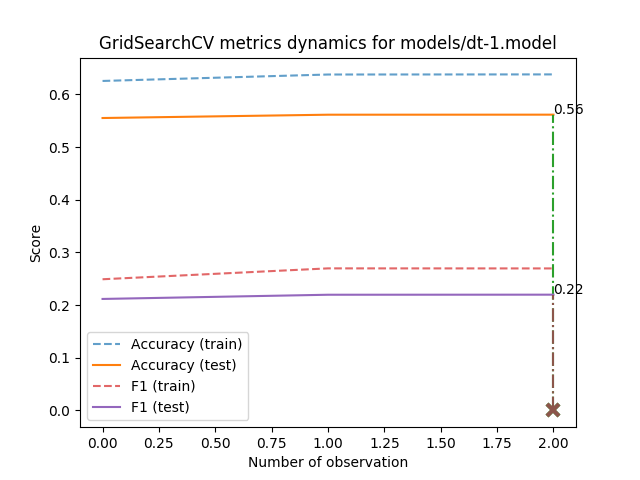
AverHLV/diploma-computations keeps this Graphviz diagram as models/dt-1.model_metrics.png. Above is the earlier version. Its source is kept beside it as models/dt-1.model.dot.
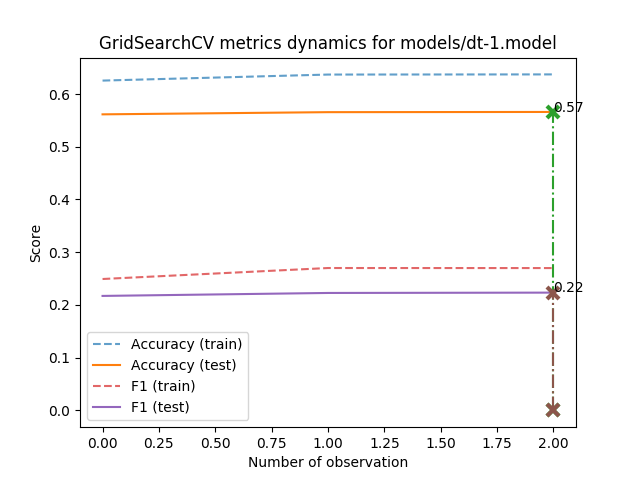
The same file after the commit.

Change to the diagram source:
```diff
@@ -1,56 +1,56 @@
 digraph Tree {
 node [shape=box, style="filled", color="black"] ;
-0 [label="Topic <= 0.998\ngini = 0.558\nsamples = 12050\nvalue = [[26, 5152, 704, 4397, 1771]\n[321, 7319, 2439, 815, 1156]\n[146, 6568, 597, 4042, 697]\n...\n[17, 5648, 834, 3945, 1606]\n[10, 142, 60, 44, 11794]\n[18, 2017, 26, 7697, 2292]]", fillcolor="#fefcfb"] ;
-1 [label="Екогрупа <= -2.261\ngini = 0.543\nsamples = 9249\nvalue = [[24, 4603, 549, 2687, 1386]\n[274, 5776, 1758, 538, 903]\n[125, 5767, 485, 2227, 645]\n...\n[17, 4954, 438, 2491, 1349]\n[8, 122, 37, 38, 9044]\n[17, 1807, 19, 5780, 1626]]", fillcolor="#fdf6f0"] ;
+0 [label="Topic <= 0.998\ngini = 0.558\nsamples = 12050\nvalue = [[27, 5080, 719, 4437, 1787]\n[325, 7325, 2437, 826, 1137]\n[147, 6578, 597, 4038, 690]\n...\n[13, 5625, 853, 3960, 1599]\n[8, 141, 69, 42, 11790]\n[14, 1988, 26, 7760, 2262]]", fillcolor="#fffdfb"] ;
+1 [label="ОБ <= -0.369\ngini = 0.543\nsamples = 9234\nvalue = [[22, 4542, 556, 2710, 1404]\n[273, 5771, 1746, 557, 887]\n[124, 5772, 486, 2218, 634]\n...\n[13, 4908, 456, 2510, 1347]\n[6, 122, 39, 31, 9036]\n[14, 1776, 16, 5838, 1590]]", fillcolor="#fdf6f1"] ;
 0 -> 1 [labeldistance=2.5, labelangle=45, headlabel="True"] ;
-5 [label="gini = 0.493\nsamples = 479\nvalue = [[3, 113, 14, 229, 120]\n[0, 307, 70, 28, 74]\n[2, 148, 8, 274, 47]\n...\n[0, 116, 34, 200, 129]\n[0, 0, 0, 0, 479]\n[5, 18, 0, 35, 421]]", fillcolor="#f9e0cf"] ;
+5 [label="Екогрупа <= -2.473\ngini = 0.531\nsamples = 2184\nvalue = [[6, 1218, 75, 458, 427]\n[36, 1459, 224, 162, 303]\n[24, 1337, 70, 487, 266]\n...\n[6, 1139, 85, 567, 387]\n[1, 15, 7, 1, 2160]\n[5, 332, 0, 1241, 606]]", fillcolor="#fcf1e9"] ;
 1 -> 5 ;
-6 [label="ОБ <= -0.236\ngini = 0.537\nsamples = 8770\nvalue = [[21, 4490, 535, 2458, 1266]\n[274, 5469, 1688, 510, 829]\n[123, 5619, 477, 1953, 598]\n...\n[17, 4838, 404, 2291, 1220]\n[8, 122, 37, 38, 8565]\n[12, 1789, 19, 5745, 1205]]", fillcolor="#fdf3ec"] ;
+9 [label="gini = 0.457\nsamples = 273\nvalue = [[1, 48, 1, 138, 85]\n[0, 170, 43, 27, 33]\n[1, 69, 5, 159, 39]\n...\n[0, 38, 18, 131, 86]\n[0, 0, 0, 0, 273]\n[2, 16, 0, 13, 242]]", fillcolor="#f6d1b7"] ;
+5 -> 9 ;
+10 [label="НФ <= -0.871\ngini = 0.513\nsamples = 1911\nvalue = [[5, 1170, 74, 320, 342]\n[36, 1289, 181, 135, 270]\n[23, 1268, 65, 328, 227]\n...\n[6, 1101, 67, 436, 301]\n[1, 15, 7, 1, 1887]\n[3, 316, 0, 1228, 364]]", fillcolor="#fbe9dd"] ;
+5 -> 10 ;
+25 [label="gini = 0.531\nsamples = 237\nvalue = [[1, 111, 9, 64, 52]\n[3, 127, 19, 39, 49]\n[0, 117, 8, 67, 45]\n...\n[2, 87, 6, 112, 30]\n[0, 1, 0, 0, 236]\n[1, 14, 0, 184, 38]]", fillcolor="#fcf1e9"] ;
+10 -> 25 ;
+26 [label="gini = 0.496\nsamples = 1674\nvalue = [[4, 1059, 65, 256, 290]\n[33, 1162, 162, 96, 221]\n[23, 1151, 57, 261, 182]\n...\n[4, 1014, 61, 324, 271]\n[1, 14, 7, 1, 1651]\n[2, 302, 0, 1044, 326]]", fillcolor="#f9e2d2"] ;
+10 -> 26 ;
+6 [label="Topic <= -1.596\ngini = 0.536\nsamples = 7050\nvalue = [[16, 3324, 481, 2252, 977]\n[237, 4312, 1522, 395, 584]\n[100, 4435, 416, 1731, 368]\n...\n[7, 3769, 371, 1943, 960]\n[5, 107, 32, 30, 6876]\n[9, 1444, 16, 4597, 984]]", fillcolor="#fdf3ec"] ;
 1 -> 6 ;
-7 [label="НФ <= 0.032\ngini = 0.521\nsamples = 2152\nvalue = [[11, 1276, 100, 402, 363]\n[48, 1434, 247, 133, 290]\n[29, 1368, 76, 386, 293]\n...\n[9, 1222, 78, 512, 331]\n[1, 20, 7, 1, 2123]\n[6, 380, 0, 1382, 384]]", fillcolor="#fbece1"] ;
+7 [label="gini = 0.461\nsamples = 331\nvalue = [[2, 83, 64, 156, 26]\n[5, 247, 58, 8, 13]\n[0, 90, 66, 173, 2]\n...\n[0, 75, 84, 134, 38]\n[0, 21, 1, 13, 296]\n[0, 21, 0, 225, 85]]", fillcolor="#f6d3ba"] ;
 6 -> 7 ;
-21 [label="Екогрупа <= -0.142\ngini = 0.51\nsamples = 886\nvalue = [[0, 515, 31, 204, 136]\n[15, 637, 65, 50, 119]\n[9, 535, 27, 158, 157]\n...\n[2, 512, 16, 280, 76]\n[0, 3, 0, 0, 883]\n[3, 107, 0, 655, 121]]", fillcolor="#fae7da"] ;
-7 -> 21 ;
-25 [label="gini = 0.43\nsamples = 333\nvalue = [[0, 257, 6, 33, 37]\n[1, 281, 23, 10, 18]\n[1, 284, 7, 33, 8]\n...\n[2, 236, 6, 50, 39]\n[0, 3, 0, 0, 330]\n[3, 13, 0, 234, 83]]", fillcolor="#f3c5a4"] ;
-21 -> 25 ;
-26 [label="gini = 0.517\nsamples = 553\nvalue = [[0, 258, 25, 171, 99]\n[14, 356, 42, 40, 101]\n[8, 251, 20, 125, 149]\n...\n[0, 276, 10, 230, 37]\n[0, 0, 0, 0, 553]\n[0, 94, 0, 421, 38]]", fillcolor="#fbeadf"] ;
-21 -> 26 ;
-22 [label="gini = 0.509\nsamples = 1266\nvalue = [[11, 761, 69, 198, 227]\n[33, 797, 182, 83, 171]\n[20, 833, 49, 228, 136]\n...\n[7, 710, 62, 232, 255]\n[1, 17, 7, 1, 1240]\n[3, 273, 0, 727, 263]]", fillcolor="#fae7d9"] ;
-7 -> 22 ;
-8 [label="Topic <= -1.587\ngini = 0.532\nsamples = 6618\nvalue = [[10, 3214, 435, 2056, 903]\n[226, 4035, 1441, 377, 539]\n[94, 4251, 401, 1567, 305]\n...\n[8, 3616, 326, 1779, 889]\n[7, 102, 30, 37, 6442]\n[6, 1409, 19, 4363, 821]]", fillcolor="#fcf1e9"] ;
+8 [label="НФ <= 0.392\ngini = 0.531\nsamples = 6719\nvalue = [[14, 3241, 417, 2096, 951]\n[232, 4065, 1464, 387, 571]\n[100, 4345, 350, 1558, 366]\n...\n[7, 3694, 287, 1809, 922]\n[5, 86, 31, 17, 6580]\n[9, 1423, 16, 4372, 899]]", fillcolor="#fcf1e9"] ;
 6 -> 8 ;
-9 [label="gini = 0.467\nsamples = 316\nvalue = [[2, 87, 55, 149, 23]\n[6, 231, 63, 6, 10]\n[0, 81, 62, 172, 1]\n...\n[0, 77, 81, 118, 40]\n[0, 19, 1, 17, 279]\n[0, 23, 0, 218, 75]]", fillcolor="#f6d5bd"] ;
-8 -> 9 ;
-10 [label="НФ <= 0.573\ngini = 0.526\nsamples = 6302\nvalue = [[8, 3127, 380, 1907, 880]\n[220, 3804, 1378, 371, 529]\n[94, 4170, 339, 1395, 304]\n...\n[8, 3539, 245, 1661, 849]\n[7, 83, 29, 20, 6163]\n[6, 1386, 19, 4145, 746]]", fillcolor="#fceee5"] ;
-8 -> 10 ;
-13 [label="gini = 0.517\nsamples = 4260\nvalue = [[3, 1997, 217, 1407, 636]\n[118, 2700, 961, 228, 253]\n[47, 2798, 215, 968, 232]\n...\n[7, 2500, 171, 1203, 379]\n[4, 30, 16, 10, 4200]\n[4, 975, 13, 2845, 423]]", fillcolor="#fbebdf"] ;
-10 -> 13 ;
-14 [label="gini = 0.53\nsamples = 2042\nvalue = [[5, 1130, 163, 500, 244]\n[102, 1104, 417, 143, 276]\n[47, 1372, 124, 427, 72]\n...\n[1, 1039, 74, 458, 470]\n[3, 53, 13, 10, 1963]\n[2, 411, 6, 1300, 323]]", fillcolor="#fcf0e7"] ;
-10 -> 14 ;
-2 [label="НФ <= -0.149\ngini = 0.526\nsamples = 2801\nvalue = [[2, 549, 155, 1710, 385]\n[47, 1543, 681, 277, 253]\n[21, 801, 112, 1815, 52]\n...\n[0, 694, 396, 1454, 257]\n[2, 20, 23, 6, 2750]\n[1, 210, 7, 1917, 666]]", fillcolor="#fceee5"] ;
+13 [label="Екогрупа <= -1.626\ngini = 0.52\nsamples = 4052\nvalue = [[5, 1844, 206, 1377, 620]\n[117, 2584, 887, 205, 259]\n[46, 2571, 193, 983, 259]\n...\n[6, 2307, 183, 1200, 356]\n[2, 24, 14, 8, 4004]\n[5, 930, 7, 2642, 468]]", fillcolor="#fbece2"] ;
+8 -> 13 ;
+21 [label="gini = 0.473\nsamples = 169\nvalue = [[0, 42, 8, 87, 32]\n[4, 98, 29, 3, 35]\n[0, 51, 5, 113, 0]\n...\n[0, 56, 12, 73, 28]\n[0, 2, 0, 0, 167]\n[0, 13, 0, 25, 131]]", fillcolor="#f7d8c2"] ;
+13 -> 21 ;
+22 [label="gini = 0.515\nsamples = 3883\nvalue = [[5, 1802, 198, 1290, 588]\n[113, 2486, 858, 202, 224]\n[46, 2520, 188, 870, 259]\n...\n[6, 2251, 171, 1127, 328]\n[2, 22, 14, 8, 3837]\n[5, 917, 7, 2617, 337]]", fillcolor="#fbeade"] ;
+13 -> 22 ;
+14 [label="gini = 0.533\nsamples = 2667\nvalue = [[9, 1397, 211, 719, 331]\n[115, 1481, 577, 182, 312]\n[54, 1774, 157, 575, 107]\n...\n[1, 1387, 104, 609, 566]\n[3, 62, 17, 9, 2576]\n[4, 493, 9, 1730, 431]]", fillcolor="#fcf2eb"] ;
+8 -> 14 ;
+2 [label="НФ <= -0.149\ngini = 0.525\nsamples = 2816\nvalue = [[5, 538, 163, 1727, 383]\n[52, 1554, 691, 269, 250]\n[23, 806, 111, 1820, 56]\n...\n[0, 717, 397, 1450, 252]\n[2, 19, 30, 11, 2754]\n[0, 212, 10, 1922, 672]]", fillcolor="#fceee5"] ;
 0 -> 2 [labeldistance=2.5, labelangle=-45, headlabel="False"] ;
-3 [label="Topic <= 1.016\ngini = 0.46\nsamples = 1882\nvalue = [[1, 151, 67, 1418, 245]\n[19, 998, 468, 224, 173]\n[1, 324, 50, 1482, 25]\n...\n[0, 330, 236, 1223, 93]\n[0, 2, 2, 0, 1878]\n[1, 59, 2, 1356, 464]]", fillcolor="#f6d2b8"] ;
+3 [label="Topic <= 1.016\ngini = 0.459\nsamples = 1892\nvalue = [[1, 150, 65, 1434, 242]\n[23, 997, 479, 226, 167]\n[2, 325, 51, 1487, 27]\n...\n[0, 347, 238, 1214, 93]\n[0, 3, 2, 1, 1886]\n[0, 60, 3, 1358, 471]]", fillcolor="#f6d2b9"] ;
 2 -> 3 ;
-11 [label="Екогрупа <= -0.566\ngini = 0.35\nsamples = 572\nvalue = [[0, 1, 29, 495, 47]\n[4, 400, 11, 103, 54]\n[0, 45, 11, 516, 0]\n...\n[0, 42, 144, 346, 40]\n[0, 0, 0, 0, 572]\n[0, 0, 0, 416, 156]]", fillcolor="#eca36e"] ;
+11 [label="Воля <= -0.217\ngini = 0.352\nsamples = 564\nvalue = [[0, 2, 26, 494, 42]\n[5, 393, 12, 100, 54]\n[0, 46, 6, 512, 0]\n...\n[0, 36, 138, 344, 46]\n[0, 0, 0, 0, 564]\n[0, 1, 0, 413, 150]]", fillcolor="#eca470"] ;
 3 -> 11 ;
-23 [label="gini = 0.271\nsamples = 197\nvalue = [[0, 1, 26, 169, 1]\n[2, 106, 1, 52, 36]\n[0, 0, 3, 194, 0]\n...\n[0, 8, 11, 138, 40]\n[0, 0, 0, 0, 197]\n[0, 0, 0, 43, 154]]", fillcolor="#e58139"] ;
+23 [label="gini = 0.269\nsamples = 197\nvalue = [[0, 0, 25, 172, 0]\n[1, 106, 2, 54, 34]\n[0, 0, 1, 196, 0]\n...\n[0, 5, 9, 138, 45]\n[0, 0, 0, 0, 197]\n[0, 0, 0, 47, 150]]", fillcolor="#e58139"] ;
 11 -> 23 ;
-24 [label="gini = 0.325\nsamples = 375\nvalue = [[0, 0, 3, 326, 46]\n[2, 294, 10, 51, 18]\n[0, 45, 8, 322, 0]\n...\n[0, 34, 133, 208, 0]\n[0, 0, 0, 0, 375]\n[0, 0, 0, 373, 2]]", fillcolor="#ea985d"] ;
+24 [label="gini = 0.329\nsamples = 367\nvalue = [[0, 2, 1, 322, 42]\n[4, 287, 10, 46, 20]\n[0, 46, 5, 316, 0]\n...\n[0, 31, 129, 206, 1]\n[0, 0, 0, 0, 367]\n[0, 1, 0, 366, 0]]", fillcolor="#ea9a61"] ;
 11 -> 24 ;
-12 [label="Topic <= 1.421\ngini = 0.468\nsamples = 1310\nvalue = [[1, 150, 38, 923, 198]\n[15, 598, 457, 121, 119]\n[1, 279, 39, 966, 25]\n...\n[0, 288, 92, 877, 53]\n[0, 2, 2, 0, 1306]\n[1, 59, 2, 940, 308]]", fillcolor="#f6d5be"] ;
+12 [label="Воля <= 0.475\ngini = 0.467\nsamples = 1328\nvalue = [[1, 148, 39, 940, 200]\n[18, 604, 467, 126, 113]\n[2, 279, 45, 975, 27]\n...\n[0, 311, 100, 870, 47]\n[0, 3, 2, 1, 1322]\n[0, 59, 3, 945, 321]]", fillcolor="#f6d5be"] ;
 3 -> 12 ;
-15 [label="gini = 0.534\nsamples = 217\nvalue = [[0, 85, 11, 77, 44]\n[4, 134, 38, 7, 34]\n[0, 124, 6, 71, 16]\n...\n[0, 102, 8, 86, 21]\n[0, 1, 2, 0, 214]\n[1, 35, 0, 121, 60]]", fillcolor="#fcf2ea"] ;
-12 -> 15 ;
-16 [label="Topic <= 1.439\ngini = 0.426\nsamples = 1093\nvalue = [[1, 65, 27, 846, 154]\n[11, 464, 419, 114, 85]\n[1, 155, 33, 895, 9]\n...\n[0, 186, 84, 791, 32]\n[0, 1, 0, 0, 1092]\n[0, 24, 2, 819, 248]]", fillcolor="#f3c4a2"] ;
-12 -> 16 ;
-17 [label="gini = 0.33\nsamples = 445\nvalue = [[0, 15, 0, 363, 67]\n[7, 88, 234, 86, 30]\n[0, 29, 0, 416, 0]\n...\n[0, 47, 23, 365, 10]\n[0, 0, 0, 0, 445]\n[0, 1, 0, 381, 63]]", fillcolor="#ea9a61"] ;
-16 -> 17 ;
-18 [label="gini = 0.444\nsamples = 648\nvalue = [[1, 50, 27, 483, 87]\n[4, 376, 185, 28, 55]\n[1, 126, 33, 479, 9]\n...\n[0, 139, 61, 426, 22]\n[0, 1, 0, 0, 647]\n[0, 23, 2, 438, 185]]", fillcolor="#f4cbae"] ;
-16 -> 18 ;
-4 [label="Topic <= 1.016\ngini = 0.565\nsamples = 919\nvalue = [[1, 398, 88, 292, 140]\n[28, 545, 213, 53, 80]\n[20, 477, 62, 333, 27]\n...\n[0, 364, 160, 231, 164]\n[2, 18, 21, 6, 872]\n[0, 151, 5, 561, 202]]", fillcolor="#ffffff"] ;
+17 [label="Екогрупа <= -1.837\ngini = 0.509\nsamples = 638\nvalue = [[1, 114, 23, 354, 146]\n[12, 371, 141, 50, 64]\n[2, 201, 34, 376, 25]\n...\n[0, 200, 49, 359, 30]\n[0, 3, 2, 1, 632]\n[0, 35, 0, 298, 305]]", fillcolor="#fae8da"] ;
+12 -> 17 ;
+19 [label="gini = 0.369\nsamples = 272\nvalue = [[0, 6, 1, 198, 67]\n[5, 117, 75, 24, 51]\n[0, 20, 4, 244, 4]\n...\n[0, 25, 12, 227, 8]\n[0, 0, 0, 0, 272]\n[0, 0, 0, 2, 270]]", fillcolor="#eeac7c"] ;
+17 -> 19 ;
+20 [label="gini = 0.52\nsamples = 366\nvalue = [[1, 108, 22, 156, 79]\n[7, 254, 66, 26, 13]\n[2, 181, 30, 132, 21]\n...\n[0, 175, 37, 132, 22]\n[0, 3, 2, 1, 360]\n[0, 35, 0, 296, 35]]", fillcolor="#fbece2"] ;
+17 -> 20 ;
+18 [label="gini = 0.383\nsamples = 690\nvalue = [[0, 34, 16, 586, 54]\n[6, 233, 326, 76, 49]\n[0, 78, 11, 599, 2]\n...\n[0, 111, 51, 511, 17]\n[0, 0, 0, 0, 690]\n[0, 24, 3, 647, 16]]", fillcolor="#efb285"] ;
+12 -> 18 ;
+4 [label="Topic <= 1.016\ngini = 0.564\nsamples = 924\nvalue = [[4, 388, 98, 293, 141]\n[29, 557, 212, 43, 83]\n[21, 481, 60, 333, 29]\n...\n[0, 370, 159, 236, 159]\n[2, 16, 28, 10, 868]\n[0, 152, 7, 564, 201]]", fillcolor="#ffffff"] ;
 2 -> 4 ;
-19 [label="gini = 0.282\nsamples = 93\nvalue = [[0, 26, 21, 43, 3]\n[0, 71, 1, 7, 14]\n[0, 2, 0, 91, 0]\n...\n[0, 7, 66, 20, 0]\n[0, 0, 0, 0, 93]\n[0, 0, 0, 31, 62]]", fillcolor="#e68640"] ;
-4 -> 19 ;
-20 [label="gini = 0.56\nsamples = 826\nvalue = [[1, 372, 67, 249, 137]\n[28, 474, 212, 46, 66]\n[20, 475, 62, 242, 27]\n...\n[0, 357, 94, 211, 164]\n[2, 18, 21, 6, 779]\n[0, 151, 5, 530, 140]]", fillcolor="#fffdfc"] ;
-4 -> 20 ;
+15 [label="gini = 0.285\nsamples = 100\nvalue = [[0, 26, 24, 47, 3]\n[1, 77, 2, 6, 14]\n[0, 5, 0, 95, 0]\n...\n[0, 7, 72, 21, 0]\n[0, 0, 0, 0, 100]\n[0, 0, 0, 35, 65]]", fillcolor="#e68844"] ;
+4 -> 15 ;
+16 [label="gini = 0.559\nsamples = 824\nvalue = [[4, 362, 74, 246, 138]\n[28, 480, 210, 37, 69]\n[21, 476, 60, 238, 29]\n...\n[0, 363, 87, 215, 159]\n[2, 16, 28, 10, 768]\n[0, 152, 7, 529, 136]]", fillcolor="#fffdfc"] ;
+4 -> 16 ;
 }
```
